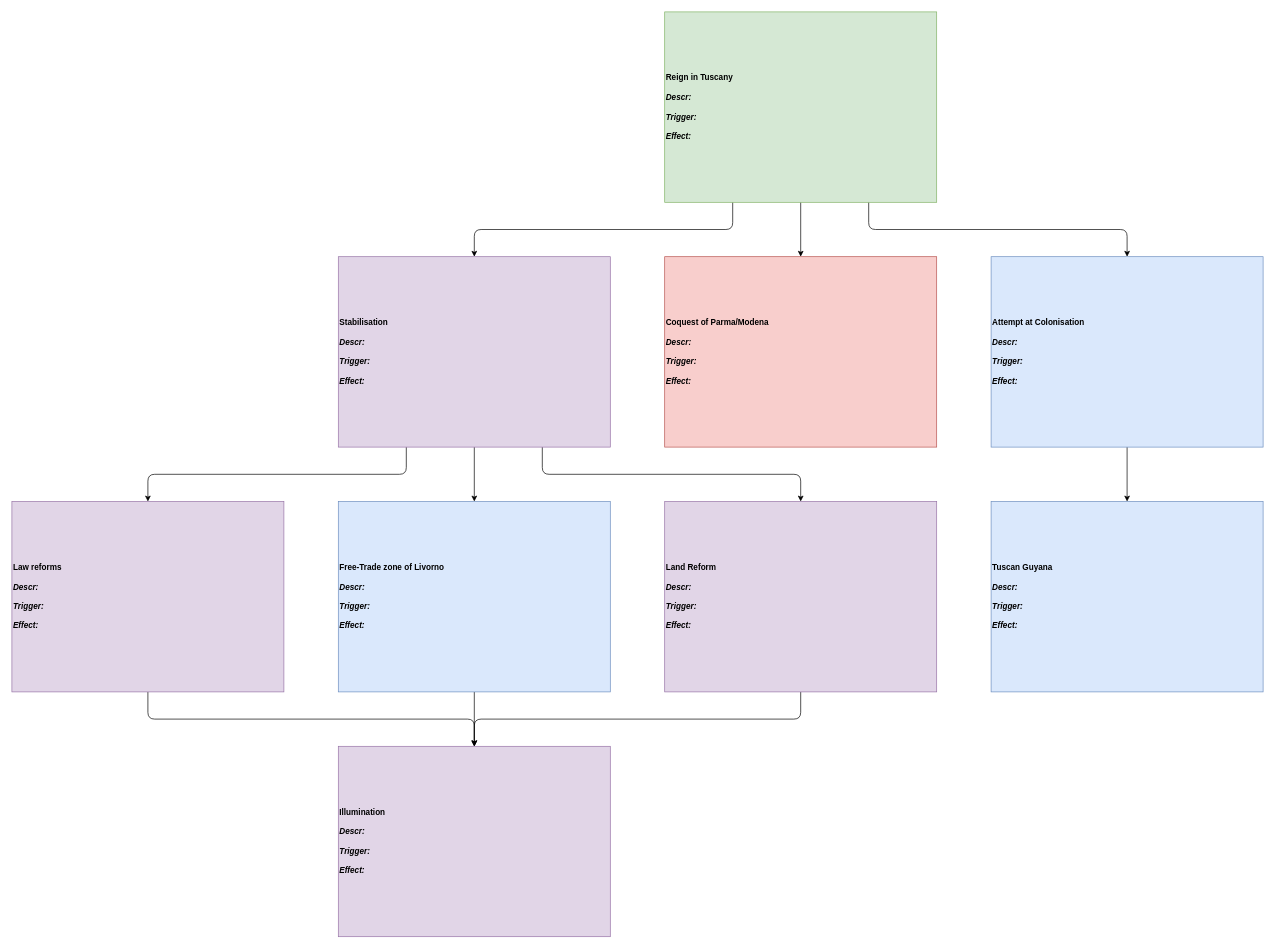
Before: page "Tuscany" (2 of 2) of Florence-Tuscany/It's Bistecca Time 0.2.drawio in Melvasul/Missions-Expanded, a draw.io diagram. Source tidied: cells renumbered, new cells numbered last; positions are measured from the earlier drawing's top-left corner, leaving out a move shared by most shapes. Both pictures are drawn from the tidied source at 68%, with x=0, y=0 at pixel (12, 12).
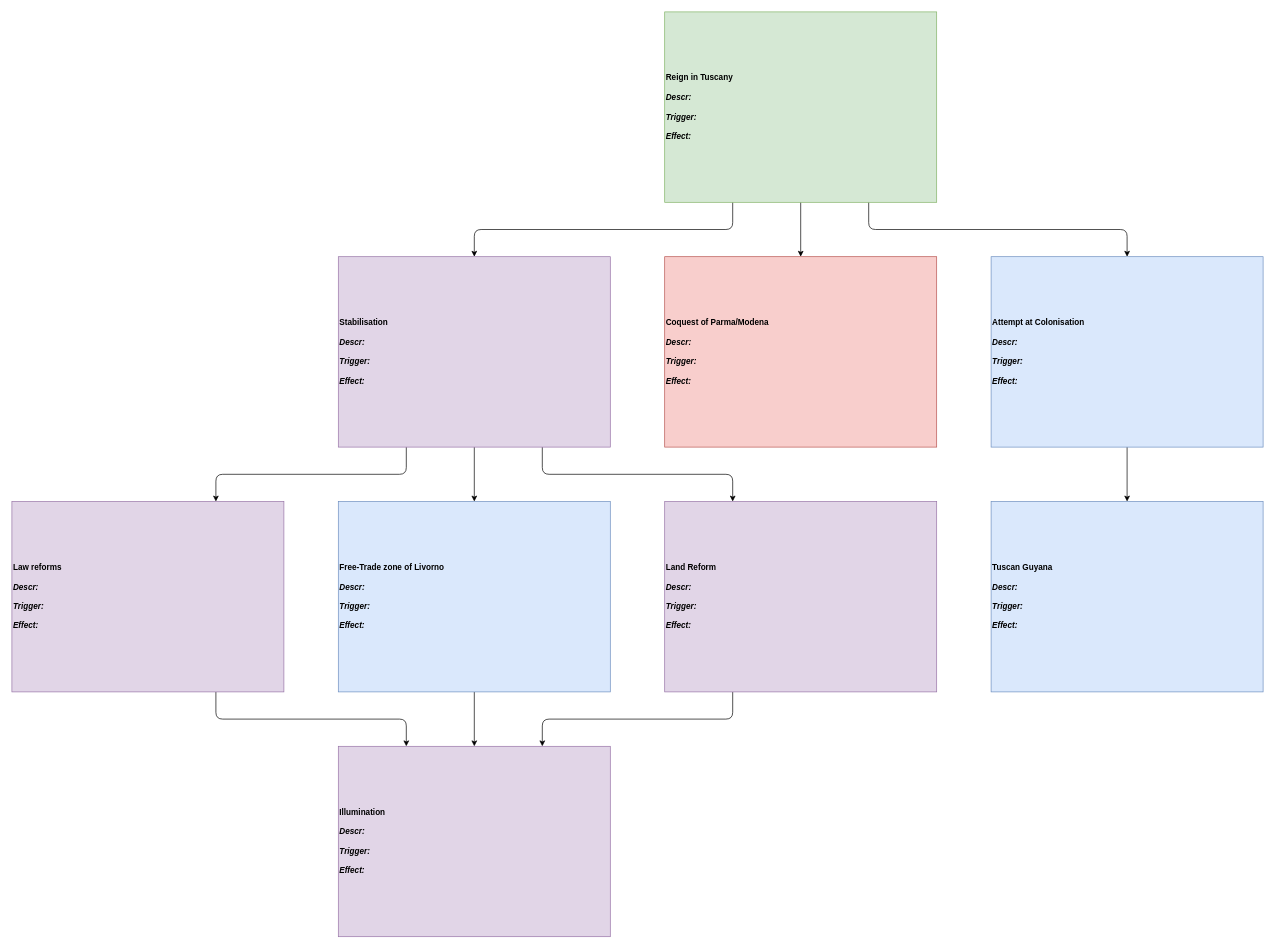
The same page after the edit.

The change refers to these unchanged cells:
```xml
<mxCell id="9" value="Stabilisation&lt;div style=&quot;font-weight: 400&quot;&gt;&lt;b&gt;&lt;i&gt;&lt;br class=&quot;Apple-interchange-newline&quot;&gt;Descr:&lt;/i&gt;&lt;/b&gt;&lt;/div&gt;&lt;div style=&quot;font-weight: 400&quot;&gt;&lt;b&gt;&lt;i&gt;&lt;br&gt;&lt;/i&gt;&lt;/b&gt;&lt;/div&gt;&lt;div style=&quot;font-weight: 400&quot;&gt;&lt;b&gt;&lt;i&gt;Trigger:&lt;/i&gt;&lt;/b&gt;&lt;/div&gt;&lt;div style=&quot;font-weight: 400&quot;&gt;&lt;b&gt;&lt;i&gt;&lt;br&gt;&lt;/i&gt;&lt;/b&gt;&lt;/div&gt;&lt;div style=&quot;font-weight: 400&quot;&gt;&lt;b&gt;&lt;i&gt;Effect:&lt;/i&gt;&lt;/b&gt;&lt;/div&gt;" style="rounded=0;whiteSpace=wrap;html=1;align=left;fontSize=12;fontStyle=1;labelBackgroundColor=none;fillColor=#e1d5e7;strokeColor=#9673a6;" parent="1" vertex="1">
  <mxGeometry x="480" y="360" width="400" height="280" as="geometry" />
</mxCell>
<mxCell id="12" value="Illumination&lt;div style=&quot;font-weight: 400&quot;&gt;&lt;b&gt;&lt;i&gt;&lt;br class=&quot;Apple-interchange-newline&quot;&gt;Descr:&lt;/i&gt;&lt;/b&gt;&lt;/div&gt;&lt;div style=&quot;font-weight: 400&quot;&gt;&lt;b&gt;&lt;i&gt;&lt;br&gt;&lt;/i&gt;&lt;/b&gt;&lt;/div&gt;&lt;div style=&quot;font-weight: 400&quot;&gt;&lt;b&gt;&lt;i&gt;Trigger:&lt;/i&gt;&lt;/b&gt;&lt;/div&gt;&lt;div style=&quot;font-weight: 400&quot;&gt;&lt;b&gt;&lt;i&gt;&lt;br&gt;&lt;/i&gt;&lt;/b&gt;&lt;/div&gt;&lt;div style=&quot;font-weight: 400&quot;&gt;&lt;b&gt;&lt;i&gt;Effect:&lt;/i&gt;&lt;/b&gt;&lt;/div&gt;" style="rounded=0;whiteSpace=wrap;html=1;align=left;fontSize=12;fontStyle=1;labelBackgroundColor=none;fillColor=#e1d5e7;strokeColor=#9673a6;" parent="1" vertex="1">
  <mxGeometry x="480" y="1080" width="400" height="280" as="geometry" />
</mxCell>
<mxCell id="14" value="Law reforms&lt;div style=&quot;font-weight: 400&quot;&gt;&lt;b&gt;&lt;i&gt;&lt;br class=&quot;Apple-interchange-newline&quot;&gt;Descr:&lt;/i&gt;&lt;/b&gt;&lt;/div&gt;&lt;div style=&quot;font-weight: 400&quot;&gt;&lt;b&gt;&lt;i&gt;&lt;br&gt;&lt;/i&gt;&lt;/b&gt;&lt;/div&gt;&lt;div style=&quot;font-weight: 400&quot;&gt;&lt;b&gt;&lt;i&gt;Trigger:&lt;/i&gt;&lt;/b&gt;&lt;/div&gt;&lt;div style=&quot;font-weight: 400&quot;&gt;&lt;b&gt;&lt;i&gt;&lt;br&gt;&lt;/i&gt;&lt;/b&gt;&lt;/div&gt;&lt;div style=&quot;font-weight: 400&quot;&gt;&lt;b&gt;&lt;i&gt;Effect:&lt;/i&gt;&lt;/b&gt;&lt;/div&gt;" style="rounded=0;whiteSpace=wrap;html=1;align=left;fontSize=12;fontStyle=1;labelBackgroundColor=none;fillColor=#e1d5e7;strokeColor=#9673a6;" parent="1" vertex="1">
  <mxGeometry y="720" width="400" height="280" as="geometry" />
</mxCell>
<mxCell id="16" value="Land Reform&lt;div style=&quot;font-weight: 400&quot;&gt;&lt;b&gt;&lt;i&gt;&lt;br class=&quot;Apple-interchange-newline&quot;&gt;Descr:&lt;/i&gt;&lt;/b&gt;&lt;/div&gt;&lt;div style=&quot;font-weight: 400&quot;&gt;&lt;b&gt;&lt;i&gt;&lt;br&gt;&lt;/i&gt;&lt;/b&gt;&lt;/div&gt;&lt;div style=&quot;font-weight: 400&quot;&gt;&lt;b&gt;&lt;i&gt;Trigger:&lt;/i&gt;&lt;/b&gt;&lt;/div&gt;&lt;div style=&quot;font-weight: 400&quot;&gt;&lt;b&gt;&lt;i&gt;&lt;br&gt;&lt;/i&gt;&lt;/b&gt;&lt;/div&gt;&lt;div style=&quot;font-weight: 400&quot;&gt;&lt;b&gt;&lt;i&gt;Effect:&lt;/i&gt;&lt;/b&gt;&lt;/div&gt;" style="rounded=0;whiteSpace=wrap;html=1;align=left;fontSize=12;fontStyle=1;labelBackgroundColor=none;fillColor=#e1d5e7;strokeColor=#9673a6;" parent="1" vertex="1">
  <mxGeometry x="960" y="720" width="400" height="280" as="geometry" />
</mxCell>
```

What changed in the source:
```diff
@@
-    <mxCell id="6" style="edgeStyle=orthogonalEdgeStyle;rounded=1;jettySize=auto;html=1;exitX=0.75;exitY=1;exitDx=0;exitDy=0;fontSize=12;align=left;" parent="1" edge="1" source="9" target="16">
+    <mxCell id="6" style="edgeStyle=orthogonalEdgeStyle;rounded=1;jettySize=auto;html=1;exitX=0.75;exitY=1;exitDx=0;exitDy=0;fontSize=12;align=left;entryX=0.25;entryY=0;entryDx=0;entryDy=0;" parent="1" edge="1" source="9" target="16">
       <mxGeometry relative="1" as="geometry" />
     </mxCell>
@@
-    <mxCell id="8" style="edgeStyle=orthogonalEdgeStyle;rounded=1;jettySize=auto;html=1;exitX=0.25;exitY=1;exitDx=0;exitDy=0;fontSize=12;align=left;" parent="1" edge="1" source="9" target="14">
+    <mxCell id="8" style="edgeStyle=orthogonalEdgeStyle;rounded=1;jettySize=auto;html=1;exitX=0.25;exitY=1;exitDx=0;exitDy=0;fontSize=12;align=left;entryX=0.75;entryY=0;entryDx=0;entryDy=0;" parent="1" edge="1" source="9" target="14">
       <mxGeometry relative="1" as="geometry" />
     </mxCell>
@@
-    <mxCell id="13" style="edgeStyle=orthogonalEdgeStyle;rounded=1;jettySize=auto;html=1;exitX=0.5;exitY=1;exitDx=0;exitDy=0;fontSize=12;align=left;" parent="1" edge="1" source="14" target="12">
+    <mxCell id="13" style="edgeStyle=orthogonalEdgeStyle;rounded=1;jettySize=auto;html=1;exitX=0.75;exitY=1;exitDx=0;exitDy=0;fontSize=12;align=left;entryX=0.25;entryY=0;entryDx=0;entryDy=0;" parent="1" edge="1" source="14" target="12">
       <mxGeometry relative="1" as="geometry" />
     </mxCell>
@@
-    <mxCell id="15" style="edgeStyle=orthogonalEdgeStyle;rounded=1;jettySize=auto;html=1;exitX=0.5;exitY=1;exitDx=0;exitDy=0;entryX=0.5;entryY=0;entryDx=0;entryDy=0;fontSize=12;align=left;" parent="1" edge="1" source="16" target="12">
+    <mxCell id="15" style="edgeStyle=orthogonalEdgeStyle;rounded=1;jettySize=auto;html=1;exitX=0.25;exitY=1;exitDx=0;exitDy=0;entryX=0.75;entryY=0;entryDx=0;entryDy=0;fontSize=12;align=left;" parent="1" edge="1" source="16" target="12">
       <mxGeometry relative="1" as="geometry" />
     </mxCell>
```
